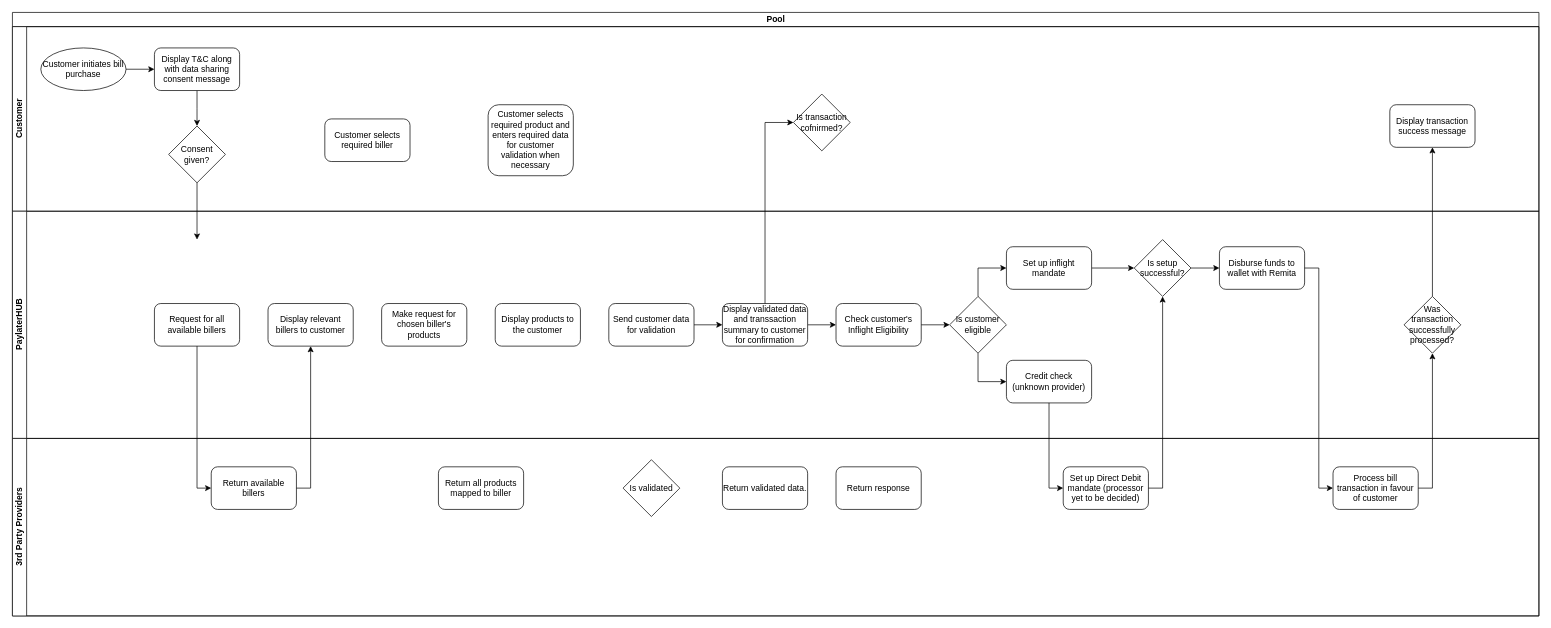
slowwwburn/payLaterHub keeps this draw.io diagram as Untitled Diagram.drawio. Above is the earlier version. Source tidied: cells renumbered, new cells numbered last; positions are measured from the earlier drawing's top-left corner, leaving out a move shared by most shapes. Both pictures are drawn from the tidied source at 71%, with x=0, y=0 at pixel (12, 12).
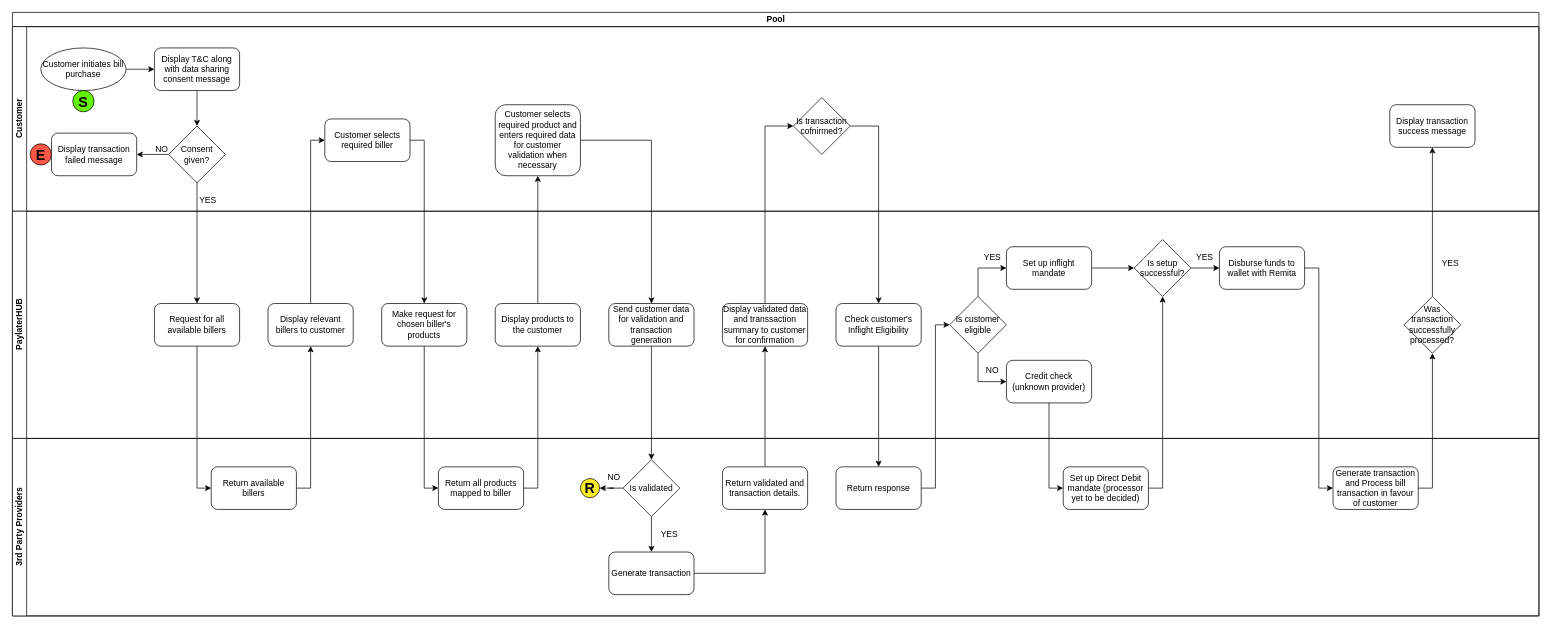
Above is the later version.

Commit message:
Payler Billflex

The change refers to these unchanged cells:
```xml
<mxCell id="2" value="Pool" style="swimlane;horizontal=1;startSize=20;html=1;" parent="1" vertex="1">
  <mxGeometry width="2150" height="850" as="geometry" />
</mxCell>
<mxCell id="3" value="Customer" style="swimlane;startSize=20;horizontal=0;html=1;" parent="2" vertex="1">
  <mxGeometry y="20" width="2150" height="260" as="geometry" />
</mxCell>
<mxCell id="9" value="Consent given?" style="rhombus;whiteSpace=wrap;html=1;" parent="3" vertex="1">
  <mxGeometry x="220" y="140" width="80" height="80" as="geometry" />
</mxCell>
<mxCell id="10" value="Customer selects required biller" style="rounded=1;whiteSpace=wrap;html=1;" parent="3" vertex="1">
  <mxGeometry x="440" y="130" width="120" height="60" as="geometry" />
</mxCell>
<mxCell id="14" value="PaylaterHUB" style="swimlane;startSize=20;horizontal=0;html=1;" parent="2" vertex="1">
  <mxGeometry y="280" width="2150" height="320" as="geometry" />
</mxCell>
<mxCell id="15" value="Request for all available billers" style="rounded=1;whiteSpace=wrap;html=1;" parent="14" vertex="1">
  <mxGeometry x="200" y="130" width="120" height="60" as="geometry" />
</mxCell>
<mxCell id="16" value="Display relevant billers to customer" style="rounded=1;whiteSpace=wrap;html=1;" parent="14" vertex="1">
  <mxGeometry x="360" y="130" width="120" height="60" as="geometry" />
</mxCell>
<mxCell id="17" value="Make request for chosen biller's products" style="rounded=1;whiteSpace=wrap;html=1;" parent="14" vertex="1">
  <mxGeometry x="520" y="130" width="120" height="60" as="geometry" />
</mxCell>
<mxCell id="19" value="Display validated data and transsaction summary to customer for confirmation" style="rounded=1;whiteSpace=wrap;html=1;" parent="14" vertex="1">
  <mxGeometry x="1000" y="130" width="120" height="60" as="geometry" />
</mxCell>
<mxCell id="20" value="Check customer's Inflight Eligibility" style="rounded=1;whiteSpace=wrap;html=1;" parent="14" vertex="1">
  <mxGeometry x="1160" y="130" width="120" height="60" as="geometry" />
</mxCell>
<mxCell id="41" value="Display products to the customer" style="rounded=1;whiteSpace=wrap;html=1;" parent="1" vertex="1">
  <mxGeometry x="680" y="410" width="120" height="60" as="geometry" />
</mxCell>
<mxCell id="46" value="Is customer eligible" style="rhombus;whiteSpace=wrap;html=1;" parent="1" vertex="1">
  <mxGeometry x="1320" y="400" width="80" height="80" as="geometry" />
</mxCell>
```

The edit, as a diff of the source:
```diff
@@
-    <mxCell id="8" style="edgeStyle=orthogonalEdgeStyle;rounded=0;jettySize=auto;html=1;" parent="3" edge="1" source="9">
-      <mxGeometry relative="1" as="geometry">
-        <mxPoint x="260" y="300" as="targetPoint" />
-      </mxGeometry>
-    </mxCell>
+    <mxCell id="51" style="edgeStyle=orthogonalEdgeStyle;rounded=0;jettySize=auto;html=1;entryX=1;entryY=0.5;entryDx=0;entryDy=0;" parent="3" edge="1" source="9" target="54">
+      <mxGeometry relative="1" as="geometry" />
+    </mxCell>
@@
     <mxCell id="11" value="Customer selects required product and enters required data for customer validation when necessary" style="rounded=1;whiteSpace=wrap;html=1;" parent="3" vertex="1">
-      <mxGeometry x="670" y="110" width="120" height="100" as="geometry" />
+      <mxGeometry x="680" y="110" width="120" height="100" as="geometry" />
     </mxCell>
     <mxCell id="12" value="Is transaction cofnirmed?" style="rhombus;whiteSpace=wrap;html=1;" parent="3" vertex="1">
-      <mxGeometry x="1100" y="95" width="80" height="80" as="geometry" />
+      <mxGeometry x="1100" y="100" width="80" height="80" as="geometry" />
     </mxCell>
@@
+    <mxCell id="52" value="&lt;b&gt;&lt;font style=&quot;font-size: 20px;&quot;&gt;S&lt;/font&gt;&lt;/b&gt;" style="ellipse;whiteSpace=wrap;html=1;fillColor=#65f207;" parent="3" vertex="1">
+      <mxGeometry x="85" y="90" width="30" height="30" as="geometry" />
+    </mxCell>
+    <mxCell id="53" value="&lt;span style=&quot;font-size: 20px;&quot;&gt;&lt;b&gt;E&lt;/b&gt;&lt;/span&gt;" style="ellipse;whiteSpace=wrap;html=1;fillColor=#FF5745;gradientColor=none;" parent="3" vertex="1">
+      <mxGeometry x="25" y="165" width="30" height="30" as="geometry" />
+    </mxCell>
+    <mxCell id="54" value="Display transaction failed message" style="rounded=1;whiteSpace=wrap;html=1;" parent="3" vertex="1">
+      <mxGeometry x="55" y="150" width="120" height="60" as="geometry" />
+    </mxCell>
+    <mxCell id="55" value="YES" style="text;html=1;align=center;verticalAlign=middle;strokeColor=none;fillColor=none;" parent="3" vertex="1">
+      <mxGeometry x="250" y="230" width="50" height="30" as="geometry" />
+    </mxCell>
@@
-    <mxCell id="18" style="edgeStyle=orthogonalEdgeStyle;rounded=0;jettySize=auto;html=1;entryX=0;entryY=0.5;entryDx=0;entryDy=0;" parent="14" edge="1" source="19" target="20">
-      <mxGeometry relative="1" as="geometry" />
-    </mxCell>
@@
-    <mxCell id="27" value="3rd Party Providers" style="swimlane;startSize=20;horizontal=0;html=1;" parent="2" vertex="1">
-      <mxGeometry y="600" width="2150" height="250" as="geometry" />
-    </mxCell>
-    <mxCell id="28" value="Return available billers" style="rounded=1;whiteSpace=wrap;html=1;" parent="27" vertex="1">
-      <mxGeometry x="280" y="40" width="120" height="60" as="geometry" />
-    </mxCell>
-    <mxCell id="29" value="Return all products mapped to biller" style="rounded=1;whiteSpace=wrap;html=1;" parent="27" vertex="1">
-      <mxGeometry x="600" y="40" width="120" height="60" as="geometry" />
-    </mxCell>
-    <mxCell id="30" value="Return validated data." style="rounded=1;whiteSpace=wrap;html=1;" parent="27" vertex="1">
-      <mxGeometry x="1000" y="40" width="120" height="60" as="geometry" />
-    </mxCell>
-    <mxCell id="31" value="Is validated" style="rhombus;whiteSpace=wrap;html=1;" parent="27" vertex="1">
-      <mxGeometry x="860" y="30" width="80" height="80" as="geometry" />
-    </mxCell>
-    <mxCell id="32" value="Return response" style="rounded=1;whiteSpace=wrap;html=1;" parent="27" vertex="1">
-      <mxGeometry x="1160" y="40" width="120" height="60" as="geometry" />
-    </mxCell>
-    <mxCell id="33" value="Set up Direct Debit mandate (processor yet to be decided)" style="rounded=1;whiteSpace=wrap;html=1;" parent="27" vertex="1">
-      <mxGeometry x="1480" y="40" width="120" height="60" as="geometry" />
-    </mxCell>
-    <mxCell id="34" value="Process bill transaction in favour of customer" style="rounded=1;whiteSpace=wrap;html=1;" parent="27" vertex="1">
-      <mxGeometry x="1860" y="40" width="120" height="60" as="geometry" />
-    </mxCell>
+    <mxCell id="56" value="NO" style="text;html=1;align=center;verticalAlign=middle;strokeColor=none;fillColor=none;" parent="14" vertex="1">
+      <mxGeometry x="1360" y="210" width="40" height="30" as="geometry" />
+    </mxCell>
+    <mxCell id="57" value="YES" style="text;html=1;align=center;verticalAlign=middle;strokeColor=none;fillColor=none;" parent="14" vertex="1">
+      <mxGeometry x="1355" y="50" width="50" height="30" as="geometry" />
+    </mxCell>
+    <mxCell id="58" value="YES" style="text;html=1;align=center;verticalAlign=middle;strokeColor=none;fillColor=none;" parent="14" vertex="1">
+      <mxGeometry x="1654" y="50" width="50" height="30" as="geometry" />
+    </mxCell>
+    <mxCell id="59" value="YES" style="text;html=1;align=center;verticalAlign=middle;strokeColor=none;fillColor=none;" parent="14" vertex="1">
+      <mxGeometry x="2000" y="58" width="50" height="30" as="geometry" />
+    </mxCell>
@@
+    <mxCell id="8" style="edgeStyle=orthogonalEdgeStyle;rounded=0;jettySize=auto;html=1;entryX=0.5;entryY=0;entryDx=0;entryDy=0;" parent="2" edge="1" source="9" target="15">
+      <mxGeometry relative="1" as="geometry" />
+    </mxCell>
+    <mxCell id="60" style="edgeStyle=orthogonalEdgeStyle;rounded=0;jettySize=auto;html=1;entryX=0;entryY=0.5;entryDx=0;entryDy=0;" parent="2" edge="1" source="16" target="10">
+      <mxGeometry relative="1" as="geometry" />
+    </mxCell>
+    <mxCell id="61" style="edgeStyle=orthogonalEdgeStyle;rounded=0;jettySize=auto;html=1;entryX=0.5;entryY=0;entryDx=0;entryDy=0;" parent="2" edge="1" source="10" target="17">
+      <mxGeometry relative="1" as="geometry">
+        <Array as="points">
+          <mxPoint x="580" y="180" />
+        </Array>
+      </mxGeometry>
+    </mxCell>
+    <mxCell id="62" style="edgeStyle=orthogonalEdgeStyle;rounded=0;jettySize=auto;html=1;entryX=0;entryY=0.5;entryDx=0;entryDy=0;" parent="2" edge="1" source="17" target="29">
+      <mxGeometry relative="1" as="geometry" />
+    </mxCell>
+    <mxCell id="63" style="edgeStyle=orthogonalEdgeStyle;rounded=0;jettySize=auto;html=1;entryX=0.5;entryY=1;entryDx=0;entryDy=0;" parent="2" edge="1" source="30" target="19">
+      <mxGeometry relative="1" as="geometry" />
+    </mxCell>
+    <mxCell id="64" style="edgeStyle=orthogonalEdgeStyle;rounded=0;jettySize=auto;html=1;entryX=0.5;entryY=0;entryDx=0;entryDy=0;" parent="2" edge="1" source="20" target="32">
+      <mxGeometry relative="1" as="geometry" />
+    </mxCell>
+    <mxCell id="65" style="edgeStyle=orthogonalEdgeStyle;rounded=0;jettySize=auto;html=1;entryX=0.5;entryY=0;entryDx=0;entryDy=0;" parent="2" edge="1" source="12" target="20">
+      <mxGeometry relative="1" as="geometry">
+        <Array as="points">
+          <mxPoint x="1220" y="160" />
+        </Array>
+      </mxGeometry>
+    </mxCell>
+    <mxCell id="27" value="3rd Party Providers" style="swimlane;startSize=20;horizontal=0;html=1;" parent="2" vertex="1">
+      <mxGeometry y="600" width="2150" height="250" as="geometry" />
+    </mxCell>
+    <mxCell id="28" value="Return available billers" style="rounded=1;whiteSpace=wrap;html=1;" parent="27" vertex="1">
+      <mxGeometry x="280" y="40" width="120" height="60" as="geometry" />
+    </mxCell>
+    <mxCell id="29" value="Return all products mapped to biller" style="rounded=1;whiteSpace=wrap;html=1;" parent="27" vertex="1">
+      <mxGeometry x="600" y="40" width="120" height="60" as="geometry" />
+    </mxCell>
+    <mxCell id="30" value="Return validated and transaction details." style="rounded=1;whiteSpace=wrap;html=1;" parent="27" vertex="1">
+      <mxGeometry x="1000" y="40" width="120" height="60" as="geometry" />
+    </mxCell>
+    <mxCell id="66" style="edgeStyle=orthogonalEdgeStyle;rounded=0;jettySize=auto;html=1;entryX=0.5;entryY=0;entryDx=0;entryDy=0;" parent="27" edge="1" source="31" target="69">
+      <mxGeometry relative="1" as="geometry" />
+    </mxCell>
+    <mxCell id="67" style="edgeStyle=orthogonalEdgeStyle;rounded=0;jettySize=auto;html=1;" parent="27" edge="1" source="31" target="71">
+      <mxGeometry relative="1" as="geometry" />
+    </mxCell>
+    <mxCell id="31" value="Is validated" style="rhombus;whiteSpace=wrap;html=1;" parent="27" vertex="1">
+      <mxGeometry x="860" y="30" width="80" height="80" as="geometry" />
+    </mxCell>
+    <mxCell id="32" value="Return response" style="rounded=1;whiteSpace=wrap;html=1;" parent="27" vertex="1">
+      <mxGeometry x="1160" y="40" width="120" height="60" as="geometry" />
+    </mxCell>
+    <mxCell id="33" value="Set up Direct Debit mandate (processor yet to be decided)" style="rounded=1;whiteSpace=wrap;html=1;" parent="27" vertex="1">
+      <mxGeometry x="1480" y="40" width="120" height="60" as="geometry" />
+    </mxCell>
+    <mxCell id="34" value="Generate transaction and Process bill transaction in favour of customer" style="rounded=1;whiteSpace=wrap;html=1;" parent="27" vertex="1">
+      <mxGeometry x="1860" y="40" width="120" height="60" as="geometry" />
+    </mxCell>
+    <mxCell id="68" style="edgeStyle=orthogonalEdgeStyle;rounded=0;jettySize=auto;html=1;entryX=0.5;entryY=1;entryDx=0;entryDy=0;" parent="27" edge="1" source="69" target="30">
+      <mxGeometry relative="1" as="geometry" />
+    </mxCell>
+    <mxCell id="69" value="Generate transaction" style="rounded=1;whiteSpace=wrap;html=1;" parent="27" vertex="1">
+      <mxGeometry x="840" y="160" width="120" height="60" as="geometry" />
+    </mxCell>
+    <mxCell id="70" value="YES" style="text;html=1;align=center;verticalAlign=middle;strokeColor=none;fillColor=none;" parent="27" vertex="1">
+      <mxGeometry x="900" y="120" width="50" height="30" as="geometry" />
+    </mxCell>
+    <mxCell id="71" value="&lt;b&gt;&lt;font style=&quot;font-size: 20px;&quot;&gt;R&lt;/font&gt;&lt;/b&gt;" style="ellipse;whiteSpace=wrap;html=1;fillColor=#ffed29;" parent="27" vertex="1">
+      <mxGeometry x="800" y="56.5" width="27" height="27" as="geometry" />
+    </mxCell>
+    <mxCell id="72" value="NO" style="text;html=1;align=center;verticalAlign=middle;strokeColor=none;fillColor=none;" parent="27" vertex="1">
+      <mxGeometry x="827" y="40" width="40" height="30" as="geometry" />
+    </mxCell>
+    <mxCell id="73" style="edgeStyle=orthogonalEdgeStyle;rounded=0;jettySize=auto;html=1;entryX=0.5;entryY=1;entryDx=0;entryDy=0;" parent="1" edge="1" source="41" target="11">
+      <mxGeometry relative="1" as="geometry" />
+    </mxCell>
@@
-    <mxCell id="42" style="edgeStyle=orthogonalEdgeStyle;rounded=0;jettySize=auto;html=1;entryX=0;entryY=0.5;entryDx=0;entryDy=0;" parent="1" edge="1" source="43" target="19">
-      <mxGeometry relative="1" as="geometry" />
-    </mxCell>
+    <mxCell id="74" style="edgeStyle=orthogonalEdgeStyle;rounded=0;jettySize=auto;html=1;entryX=0.5;entryY=0;entryDx=0;entryDy=0;" parent="1" edge="1" source="43" target="31">
+      <mxGeometry relative="1" as="geometry" />
+    </mxCell>
-    <mxCell id="43" value="Send customer data for validation" style="rounded=1;whiteSpace=wrap;html=1;" parent="1" vertex="1">
+    <mxCell id="43" value="Send customer data for validation and transaction generation" style="rounded=1;whiteSpace=wrap;html=1;" parent="1" vertex="1">
       <mxGeometry x="840" y="410" width="120" height="60" as="geometry" />
     </mxCell>
@@
-    <mxCell id="47" style="edgeStyle=orthogonalEdgeStyle;rounded=0;jettySize=auto;html=1;entryX=0;entryY=0.5;entryDx=0;entryDy=0;" parent="1" edge="1" source="20" target="46">
-      <mxGeometry relative="1" as="geometry" />
-    </mxCell>
@@
+    <mxCell id="75" style="edgeStyle=orthogonalEdgeStyle;rounded=0;jettySize=auto;html=1;entryX=0.5;entryY=1;entryDx=0;entryDy=0;" parent="1" edge="1" source="29" target="41">
+      <mxGeometry relative="1" as="geometry">
+        <Array as="points">
+          <mxPoint x="740" y="670" />
+        </Array>
+      </mxGeometry>
+    </mxCell>
+    <mxCell id="76" style="edgeStyle=orthogonalEdgeStyle;rounded=0;jettySize=auto;html=1;entryX=0.5;entryY=0;entryDx=0;entryDy=0;" parent="1" edge="1" source="11" target="43">
+      <mxGeometry relative="1" as="geometry" />
+    </mxCell>
+    <mxCell id="77" style="edgeStyle=orthogonalEdgeStyle;rounded=0;jettySize=auto;html=1;entryX=0;entryY=0.5;entryDx=0;entryDy=0;" parent="1" edge="1" source="32" target="46">
+      <mxGeometry relative="1" as="geometry" />
+    </mxCell>
+    <mxCell id="78" value="NO" style="text;html=1;align=center;verticalAlign=middle;strokeColor=none;fillColor=none;" parent="1" vertex="1">
+      <mxGeometry x="190" y="178" width="40" height="30" as="geometry" />
+    </mxCell>
```
